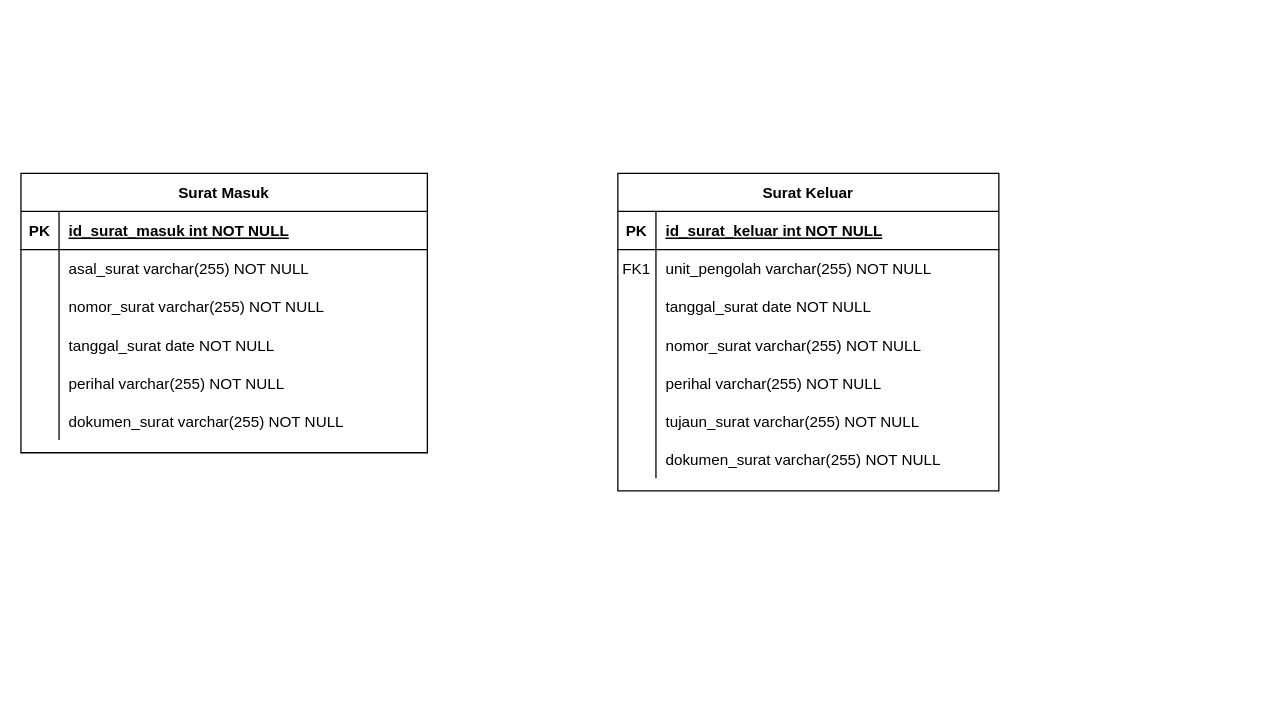
yafizh/Surat-Masuk-Surat-Keluar keeps this draw.io diagram as Database Schema.drawio. Above is the earlier version. Source tidied: cells renumbered, new cells numbered last; positions are measured from the earlier drawing's top-left corner, leaving out a move shared by most shapes. Both pictures are drawn from the tidied source at 127%, with x=0, y=0 at pixel (20, 173).
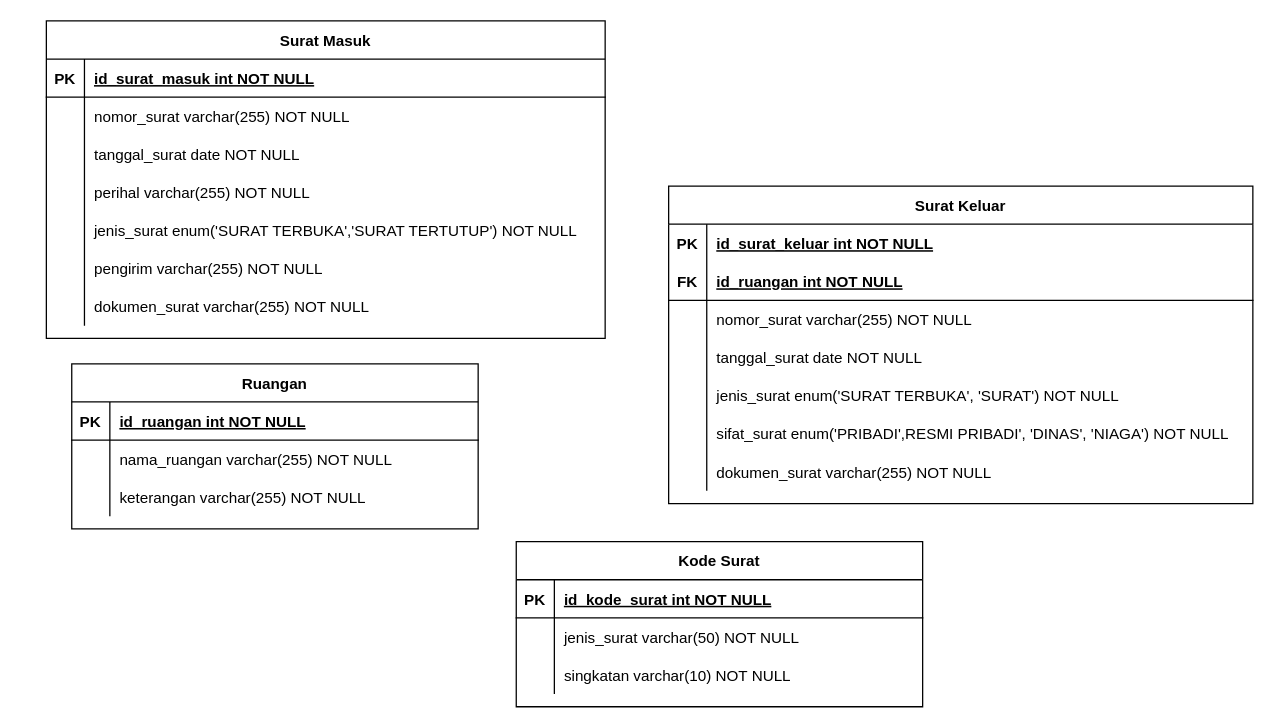
The same page after the edit.

Commit message (it also covers changes not shown here):
change database schema

What changed in the source:
```diff
@@
     <mxCell id="2" value="Surat Keluar" style="shape=table;startSize=30;childLayout=tableLayout;rowLines=0;fontStyle=1;align=center;" parent="1" vertex="1">
-      <mxGeometry x="470" width="300" height="250" as="geometry" />
+      <mxGeometry x="510" y="10" width="460" height="250" as="geometry" />
     </mxCell>
-    <mxCell id="3" style="shape=partialRectangle;fillColor=none;top=0;left=0;right=0;bottom=1;" parent="2" vertex="1">
-      <mxGeometry y="30" width="300" height="30" as="geometry" />
+    <mxCell id="3" style="shape=partialRectangle;fillColor=none;top=0;left=0;right=0;bottom=1;strokeColor=none;" parent="2" vertex="1">
+      <mxGeometry y="30" width="460" height="30" as="geometry" />
     </mxCell>
@@
     <mxCell id="5" value="id_surat_keluar int NOT NULL " style="shape=partialRectangle;overflow=hidden;fillColor=none;top=0;left=0;bottom=0;right=0;align=left;spacingLeft=6;fontStyle=5;" parent="3" vertex="1">
-      <mxGeometry x="30" width="270" height="30" as="geometry" />
+      <mxGeometry x="30" width="430" height="30" as="geometry" />
     </mxCell>
-    <mxCell id="6" style="shape=partialRectangle;fillColor=none;top=0;left=0;right=0;bottom=0;" parent="2" vertex="1">
-      <mxGeometry y="60" width="300" height="30" as="geometry" />
-    </mxCell>
-    <mxCell id="7" value="FK1" style="shape=partialRectangle;overflow=hidden;fillColor=none;top=0;left=0;bottom=0;right=0;" parent="6" vertex="1">
-      <mxGeometry width="30" height="30" as="geometry" />
-    </mxCell>
-    <mxCell id="8" value="unit_pengolah varchar(255) NOT NULL" style="shape=partialRectangle;overflow=hidden;fillColor=none;top=0;left=0;bottom=0;right=0;align=left;spacingLeft=6;" parent="6" vertex="1">
-      <mxGeometry x="30" width="270" height="30" as="geometry" />
-    </mxCell>
+    <mxCell id="43" style="shape=partialRectangle;fillColor=none;top=0;left=0;right=0;bottom=1;" parent="2" vertex="1">
+      <mxGeometry y="60" width="460" height="30" as="geometry" />
+    </mxCell>
+    <mxCell id="44" value="FK" style="shape=partialRectangle;overflow=hidden;fillColor=none;top=0;left=0;bottom=0;right=0;fontStyle=1;" parent="43" vertex="1">
+      <mxGeometry width="30" height="30" as="geometry" />
+    </mxCell>
+    <mxCell id="45" value="id_ruangan int NOT NULL " style="shape=partialRectangle;overflow=hidden;fillColor=none;top=0;left=0;bottom=0;right=0;align=left;spacingLeft=6;fontStyle=5;" parent="43" vertex="1">
+      <mxGeometry x="30" width="430" height="30" as="geometry" />
+    </mxCell>
+    <mxCell id="12" style="shape=partialRectangle;fillColor=none;top=0;left=0;right=0;bottom=0;" parent="2" vertex="1">
+      <mxGeometry y="90" width="460" height="30" as="geometry" />
+    </mxCell>
+    <mxCell id="13" style="shape=partialRectangle;overflow=hidden;fillColor=none;top=0;left=0;bottom=0;right=0;" parent="12" vertex="1">
+      <mxGeometry width="30" height="30" as="geometry" />
+    </mxCell>
+    <mxCell id="14" value="nomor_surat varchar(255) NOT NULL" style="shape=partialRectangle;overflow=hidden;fillColor=none;top=0;left=0;bottom=0;right=0;align=left;spacingLeft=6;" parent="12" vertex="1">
+      <mxGeometry x="30" width="430" height="30" as="geometry" />
+    </mxCell>
     <mxCell id="9" style="shape=partialRectangle;fillColor=none;top=0;left=0;right=0;bottom=0;" parent="2" vertex="1">
-      <mxGeometry y="90" width="300" height="30" as="geometry" />
+      <mxGeometry y="120" width="460" height="30" as="geometry" />
     </mxCell>
@@
     <mxCell id="11" value="tanggal_surat date NOT NULL" style="shape=partialRectangle;overflow=hidden;fillColor=none;top=0;left=0;bottom=0;right=0;align=left;spacingLeft=6;" parent="9" vertex="1">
-      <mxGeometry x="30" width="270" height="30" as="geometry" />
+      <mxGeometry x="30" width="430" height="30" as="geometry" />
     </mxCell>
-    <mxCell id="12" style="shape=partialRectangle;fillColor=none;top=0;left=0;right=0;bottom=0;" parent="2" vertex="1">
-      <mxGeometry y="120" width="300" height="30" as="geometry" />
-    </mxCell>
-    <mxCell id="13" style="shape=partialRectangle;overflow=hidden;fillColor=none;top=0;left=0;bottom=0;right=0;" parent="12" vertex="1">
-      <mxGeometry width="30" height="30" as="geometry" />
-    </mxCell>
-    <mxCell id="14" value="nomor_surat varchar(255) NOT NULL" style="shape=partialRectangle;overflow=hidden;fillColor=none;top=0;left=0;bottom=0;right=0;align=left;spacingLeft=6;" parent="12" vertex="1">
-      <mxGeometry x="30" width="270" height="30" as="geometry" />
-    </mxCell>
     <mxCell id="15" style="shape=partialRectangle;fillColor=none;top=0;left=0;right=0;bottom=0;" parent="2" vertex="1">
-      <mxGeometry y="150" width="300" height="30" as="geometry" />
+      <mxGeometry y="150" width="460" height="30" as="geometry" />
     </mxCell>
@@
-    <mxCell id="17" value="perihal varchar(255) NOT NULL" style="shape=partialRectangle;overflow=hidden;fillColor=none;top=0;left=0;bottom=0;right=0;align=left;spacingLeft=6;" parent="15" vertex="1">
-      <mxGeometry x="30" width="270" height="30" as="geometry" />
+    <mxCell id="17" value="jenis_surat enum('SURAT TERBUKA', 'SURAT') NOT NULL" style="shape=partialRectangle;overflow=hidden;fillColor=none;top=0;left=0;bottom=0;right=0;align=left;spacingLeft=6;" parent="15" vertex="1">
+      <mxGeometry x="30" width="430" height="30" as="geometry" />
     </mxCell>
     <mxCell id="18" style="shape=partialRectangle;fillColor=none;top=0;left=0;right=0;bottom=0;" parent="2" vertex="1">
-      <mxGeometry y="180" width="300" height="30" as="geometry" />
+      <mxGeometry y="180" width="460" height="30" as="geometry" />
     </mxCell>
@@
-    <mxCell id="20" value="tujaun_surat varchar(255) NOT NULL" style="shape=partialRectangle;overflow=hidden;fillColor=none;top=0;left=0;bottom=0;right=0;align=left;spacingLeft=6;" parent="18" vertex="1">
-      <mxGeometry x="30" width="270" height="30" as="geometry" />
+    <mxCell id="20" value="sifat_surat enum('PRIBADI',RESMI PRIBADI', 'DINAS', 'NIAGA') NOT NULL" style="shape=partialRectangle;overflow=hidden;fillColor=none;top=0;left=0;bottom=0;right=0;align=left;spacingLeft=6;" parent="18" vertex="1">
+      <mxGeometry x="30" width="430" height="30" as="geometry" />
     </mxCell>
     <mxCell id="21" style="shape=partialRectangle;fillColor=none;top=0;left=0;right=0;bottom=0;" parent="2" vertex="1">
-      <mxGeometry y="210" width="300" height="30" as="geometry" />
+      <mxGeometry y="210" width="460" height="30" as="geometry" />
     </mxCell>
@@
     <mxCell id="23" value="dokumen_surat varchar(255) NOT NULL" style="shape=partialRectangle;overflow=hidden;fillColor=none;top=0;left=0;bottom=0;right=0;align=left;spacingLeft=6;" parent="21" vertex="1">
-      <mxGeometry x="30" width="270" height="30" as="geometry" />
+      <mxGeometry x="30" width="430" height="30" as="geometry" />
     </mxCell>
     <mxCell id="24" value="Surat Masuk" style="shape=table;startSize=30;childLayout=tableLayout;rowLines=0;fontStyle=1;align=center;" parent="1" vertex="1">
-      <mxGeometry width="320" height="220" as="geometry" />
+      <mxGeometry x="20" y="-120" width="440" height="250" as="geometry" />
     </mxCell>
     <mxCell id="25" style="shape=partialRectangle;fillColor=none;top=0;left=0;right=0;bottom=1;" parent="24" vertex="1">
-      <mxGeometry y="30" width="320" height="30" as="geometry" />
+      <mxGeometry y="30" width="440" height="30" as="geometry" />
     </mxCell>
@@
     <mxCell id="27" value="id_surat_masuk int NOT NULL " style="shape=partialRectangle;overflow=hidden;fillColor=none;top=0;left=0;bottom=0;right=0;align=left;spacingLeft=6;fontStyle=5;" parent="25" vertex="1">
-      <mxGeometry x="30" width="290" height="30" as="geometry" />
+      <mxGeometry x="30" width="410" height="30" as="geometry" />
     </mxCell>
-    <mxCell id="28" style="shape=partialRectangle;fillColor=none;top=0;left=0;right=0;bottom=0;" parent="24" vertex="1">
-      <mxGeometry y="60" width="320" height="30" as="geometry" />
-    </mxCell>
-    <mxCell id="29" style="shape=partialRectangle;overflow=hidden;fillColor=none;top=0;left=0;bottom=0;right=0;" parent="28" vertex="1">
-      <mxGeometry width="30" height="30" as="geometry" />
-    </mxCell>
-    <mxCell id="30" value="asal_surat varchar(255) NOT NULL" style="shape=partialRectangle;overflow=hidden;fillColor=none;top=0;left=0;bottom=0;right=0;align=left;spacingLeft=6;" parent="28" vertex="1">
-      <mxGeometry x="30" width="290" height="30" as="geometry" />
-    </mxCell>
     <mxCell id="31" style="shape=partialRectangle;fillColor=none;top=0;left=0;right=0;bottom=0;" parent="24" vertex="1">
-      <mxGeometry y="90" width="320" height="30" as="geometry" />
+      <mxGeometry y="60" width="440" height="30" as="geometry" />
     </mxCell>
@@
     <mxCell id="33" value="nomor_surat varchar(255) NOT NULL" style="shape=partialRectangle;overflow=hidden;fillColor=none;top=0;left=0;bottom=0;right=0;align=left;spacingLeft=6;" parent="31" vertex="1">
-      <mxGeometry x="30" width="290" height="30" as="geometry" />
+      <mxGeometry x="30" width="410" height="30" as="geometry" />
     </mxCell>
     <mxCell id="34" style="shape=partialRectangle;fillColor=none;top=0;left=0;right=0;bottom=0;" parent="24" vertex="1">
-      <mxGeometry y="120" width="320" height="30" as="geometry" />
+      <mxGeometry y="90" width="440" height="30" as="geometry" />
     </mxCell>
@@
     <mxCell id="36" value="tanggal_surat date NOT NULL" style="shape=partialRectangle;overflow=hidden;fillColor=none;top=0;left=0;bottom=0;right=0;align=left;spacingLeft=6;" parent="34" vertex="1">
-      <mxGeometry x="30" width="290" height="30" as="geometry" />
+      <mxGeometry x="30" width="410" height="30" as="geometry" />
     </mxCell>
     <mxCell id="37" style="shape=partialRectangle;fillColor=none;top=0;left=0;right=0;bottom=0;" parent="24" vertex="1">
-      <mxGeometry y="150" width="320" height="30" as="geometry" />
+      <mxGeometry y="120" width="440" height="30" as="geometry" />
     </mxCell>
@@
     <mxCell id="39" value="perihal varchar(255) NOT NULL" style="shape=partialRectangle;overflow=hidden;fillColor=none;top=0;left=0;bottom=0;right=0;align=left;spacingLeft=6;" parent="37" vertex="1">
-      <mxGeometry x="30" width="290" height="30" as="geometry" />
+      <mxGeometry x="30" width="410" height="30" as="geometry" />
     </mxCell>
+    <mxCell id="46" style="shape=partialRectangle;fillColor=none;top=0;left=0;right=0;bottom=0;" parent="24" vertex="1">
+      <mxGeometry y="150" width="440" height="30" as="geometry" />
+    </mxCell>
+    <mxCell id="47" style="shape=partialRectangle;overflow=hidden;fillColor=none;top=0;left=0;bottom=0;right=0;" parent="46" vertex="1">
+      <mxGeometry width="30" height="30" as="geometry" />
+    </mxCell>
+    <mxCell id="48" value="jenis_surat enum('SURAT TERBUKA','SURAT TERTUTUP') NOT NULL" style="shape=partialRectangle;overflow=hidden;fillColor=none;top=0;left=0;bottom=0;right=0;align=left;spacingLeft=6;" parent="46" vertex="1">
+      <mxGeometry x="30" width="410" height="30" as="geometry" />
+    </mxCell>
+    <mxCell id="28" style="shape=partialRectangle;fillColor=none;top=0;left=0;right=0;bottom=0;" parent="24" vertex="1">
+      <mxGeometry y="180" width="440" height="30" as="geometry" />
+    </mxCell>
+    <mxCell id="29" style="shape=partialRectangle;overflow=hidden;fillColor=none;top=0;left=0;bottom=0;right=0;" parent="28" vertex="1">
+      <mxGeometry width="30" height="30" as="geometry" />
+    </mxCell>
+    <mxCell id="30" value="pengirim varchar(255) NOT NULL" style="shape=partialRectangle;overflow=hidden;fillColor=none;top=0;left=0;bottom=0;right=0;align=left;spacingLeft=6;" parent="28" vertex="1">
+      <mxGeometry x="30" width="410" height="30" as="geometry" />
+    </mxCell>
     <mxCell id="40" style="shape=partialRectangle;fillColor=none;top=0;left=0;right=0;bottom=0;" parent="24" vertex="1">
-      <mxGeometry y="180" width="320" height="30" as="geometry" />
+      <mxGeometry y="210" width="440" height="30" as="geometry" />
     </mxCell>
@@
     <mxCell id="42" value="dokumen_surat varchar(255) NOT NULL" style="shape=partialRectangle;overflow=hidden;fillColor=none;top=0;left=0;bottom=0;right=0;align=left;spacingLeft=6;" parent="40" vertex="1">
-      <mxGeometry x="30" width="290" height="30" as="geometry" />
+      <mxGeometry x="30" width="410" height="30" as="geometry" />
     </mxCell>
+    <mxCell id="49" value="Ruangan" style="shape=table;startSize=30;childLayout=tableLayout;rowLines=0;fontStyle=1;align=center;" parent="1" vertex="1">
+      <mxGeometry x="40" y="150" width="320" height="130" as="geometry" />
+    </mxCell>
+    <mxCell id="50" style="shape=partialRectangle;fillColor=none;top=0;left=0;right=0;bottom=1;" parent="49" vertex="1">
+      <mxGeometry y="30" width="320" height="30" as="geometry" />
+    </mxCell>
+    <mxCell id="51" value="PK" style="shape=partialRectangle;overflow=hidden;fillColor=none;top=0;left=0;bottom=0;right=0;fontStyle=1;" parent="50" vertex="1">
+      <mxGeometry width="30" height="30" as="geometry" />
+    </mxCell>
+    <mxCell id="52" value="id_ruangan int NOT NULL " style="shape=partialRectangle;overflow=hidden;fillColor=none;top=0;left=0;bottom=0;right=0;align=left;spacingLeft=6;fontStyle=5;" parent="50" vertex="1">
+      <mxGeometry x="30" width="290" height="30" as="geometry" />
+    </mxCell>
+    <mxCell id="53" style="shape=partialRectangle;fillColor=none;top=0;left=0;right=0;bottom=0;" parent="49" vertex="1">
+      <mxGeometry y="60" width="320" height="30" as="geometry" />
+    </mxCell>
+    <mxCell id="54" style="shape=partialRectangle;overflow=hidden;fillColor=none;top=0;left=0;bottom=0;right=0;" parent="53" vertex="1">
+      <mxGeometry width="30" height="30" as="geometry" />
+    </mxCell>
+    <mxCell id="55" value="nama_ruangan varchar(255) NOT NULL" style="shape=partialRectangle;overflow=hidden;fillColor=none;top=0;left=0;bottom=0;right=0;align=left;spacingLeft=6;" parent="53" vertex="1">
+      <mxGeometry x="30" width="290" height="30" as="geometry" />
+    </mxCell>
+    <mxCell id="56" style="shape=partialRectangle;fillColor=none;top=0;left=0;right=0;bottom=0;" parent="49" vertex="1">
+      <mxGeometry y="90" width="320" height="30" as="geometry" />
+    </mxCell>
+    <mxCell id="57" style="shape=partialRectangle;overflow=hidden;fillColor=none;top=0;left=0;bottom=0;right=0;" parent="56" vertex="1">
+      <mxGeometry width="30" height="30" as="geometry" />
+    </mxCell>
+    <mxCell id="58" value="keterangan varchar(255) NOT NULL" style="shape=partialRectangle;overflow=hidden;fillColor=none;top=0;left=0;bottom=0;right=0;align=left;spacingLeft=6;" parent="56" vertex="1">
+      <mxGeometry x="30" width="290" height="30" as="geometry" />
+    </mxCell>
+    <mxCell id="59" value="Kode Surat" style="shape=table;startSize=30;childLayout=tableLayout;rowLines=0;fontStyle=1;align=center;" parent="1" vertex="1">
+      <mxGeometry x="390" y="290" width="320" height="130" as="geometry" />
+    </mxCell>
+    <mxCell id="60" style="shape=partialRectangle;fillColor=none;top=0;left=0;right=0;bottom=1;" parent="59" vertex="1">
+      <mxGeometry y="30" width="320" height="30" as="geometry" />
+    </mxCell>
+    <mxCell id="61" value="PK" style="shape=partialRectangle;overflow=hidden;fillColor=none;top=0;left=0;bottom=0;right=0;fontStyle=1;" parent="60" vertex="1">
+      <mxGeometry width="30" height="30" as="geometry" />
+    </mxCell>
+    <mxCell id="62" value="id_kode_surat int NOT NULL " style="shape=partialRectangle;overflow=hidden;fillColor=none;top=0;left=0;bottom=0;right=0;align=left;spacingLeft=6;fontStyle=5;" parent="60" vertex="1">
+      <mxGeometry x="30" width="290" height="30" as="geometry" />
+    </mxCell>
+    <mxCell id="63" style="shape=partialRectangle;fillColor=none;top=0;left=0;right=0;bottom=0;" parent="59" vertex="1">
+      <mxGeometry y="60" width="320" height="30" as="geometry" />
+    </mxCell>
+    <mxCell id="64" style="shape=partialRectangle;overflow=hidden;fillColor=none;top=0;left=0;bottom=0;right=0;" parent="63" vertex="1">
+      <mxGeometry width="30" height="30" as="geometry" />
+    </mxCell>
+    <mxCell id="65" value="jenis_surat varchar(50) NOT NULL" style="shape=partialRectangle;overflow=hidden;fillColor=none;top=0;left=0;bottom=0;right=0;align=left;spacingLeft=6;" parent="63" vertex="1">
+      <mxGeometry x="30" width="290" height="30" as="geometry" />
+    </mxCell>
+    <mxCell id="66" style="shape=partialRectangle;fillColor=none;top=0;left=0;right=0;bottom=0;" parent="59" vertex="1">
+      <mxGeometry y="90" width="320" height="30" as="geometry" />
+    </mxCell>
+    <mxCell id="67" style="shape=partialRectangle;overflow=hidden;fillColor=none;top=0;left=0;bottom=0;right=0;" parent="66" vertex="1">
+      <mxGeometry width="30" height="30" as="geometry" />
+    </mxCell>
+    <mxCell id="68" value="singkatan varchar(10) NOT NULL" style="shape=partialRectangle;overflow=hidden;fillColor=none;top=0;left=0;bottom=0;right=0;align=left;spacingLeft=6;" parent="66" vertex="1">
+      <mxGeometry x="30" width="290" height="30" as="geometry" />
+    </mxCell>
```
